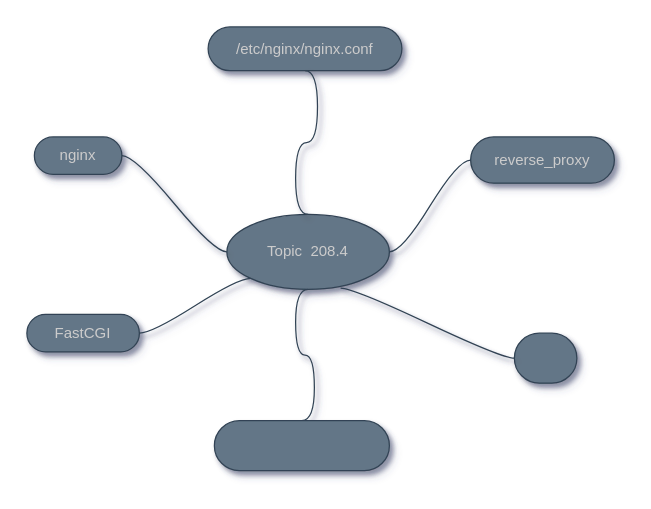
This is MindMaps/mindmap-208.4.drawio from marcossilvestrini/learning-lpic-2-202-450, a draw.io file, before an edit. Source tidied: cells renumbered, new cells numbered last; positions are measured from the earlier drawing's top-left corner, leaving out a move shared by most shapes. Both pictures are drawn from the tidied source at 125%, with x=0, y=0 at pixel (26, 26).
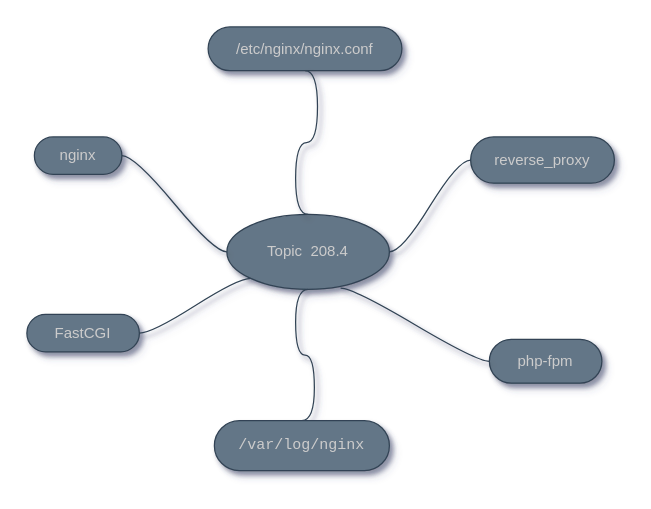
After the change.

The edit, as a diff of the source:
```diff
@@
 <mxGraphModel shadow="1">
   <root>
     <mxCell id="0" />
     <mxCell id="1" parent="0" />
     <mxCell id="2" value="Topic&amp;nbsp; 208.4" style="ellipse;whiteSpace=wrap;html=1;align=center;newEdgeStyle={&quot;edgeStyle&quot;:&quot;entityRelationEdgeStyle&quot;,&quot;startArrow&quot;:&quot;none&quot;,&quot;endArrow&quot;:&quot;none&quot;,&quot;segment&quot;:10,&quot;curved&quot;:1};fillColor=#647687;fontColor=#CCCCCC;strokeColor=#314354;shadow=1;sketch=0;" parent="1" vertex="1">
       <mxGeometry x="160" y="150" width="130" height="60" as="geometry" />
     </mxCell>
     <mxCell id="3" value="nginx" style="whiteSpace=wrap;html=1;rounded=1;arcSize=50;align=center;verticalAlign=middle;strokeWidth=1;spacing=4;newEdgeStyle={&quot;edgeStyle&quot;:&quot;entityRelationEdgeStyle&quot;,&quot;startArrow&quot;:&quot;none&quot;,&quot;endArrow&quot;:&quot;none&quot;,&quot;segment&quot;:10,&quot;curved&quot;:1};fillColor=#647687;fontColor=#CCCCCC;strokeColor=#314354;shadow=1;sketch=0;" parent="1" vertex="1">
       <mxGeometry x="6" y="88" width="70" height="30" as="geometry" />
     </mxCell>
     <mxCell id="4" style="edgeStyle=entityRelationEdgeStyle;startArrow=none;endArrow=none;segment=10;curved=1;exitX=0;exitY=0.5;exitDx=0;exitDy=0;fillColor=#647687;strokeColor=#314354;shadow=1;fontColor=#CCCCCC;sketch=0;entryX=1;entryY=0.5;entryDx=0;entryDy=0;" parent="1" edge="1" source="2" target="3">
       <mxGeometry relative="1" as="geometry" />
     </mxCell>
-    <mxCell id="5" style="whiteSpace=wrap;html=1;rounded=1;arcSize=50;align=center;verticalAlign=middle;strokeWidth=1;spacing=4;newEdgeStyle={&quot;edgeStyle&quot;:&quot;entityRelationEdgeStyle&quot;,&quot;startArrow&quot;:&quot;none&quot;,&quot;endArrow&quot;:&quot;none&quot;,&quot;segment&quot;:10,&quot;curved&quot;:1};fillColor=#647687;fontColor=#CCCCCC;strokeColor=#314354;shadow=1;sketch=0;" parent="1" vertex="1">
-      <mxGeometry x="390" y="245" width="50" height="40" as="geometry" />
+    <mxCell id="5" value="php-fpm" style="whiteSpace=wrap;html=1;rounded=1;arcSize=50;align=center;verticalAlign=middle;strokeWidth=1;spacing=4;newEdgeStyle={&quot;edgeStyle&quot;:&quot;entityRelationEdgeStyle&quot;,&quot;startArrow&quot;:&quot;none&quot;,&quot;endArrow&quot;:&quot;none&quot;,&quot;segment&quot;:10,&quot;curved&quot;:1};fillColor=#647687;fontColor=#CCCCCC;strokeColor=#314354;shadow=1;sketch=0;" parent="1" vertex="1">
+      <mxGeometry x="370" y="250" width="90" height="35" as="geometry" />
     </mxCell>
     <mxCell id="6" style="edgeStyle=entityRelationEdgeStyle;startArrow=none;endArrow=none;segment=10;curved=1;fillColor=#647687;strokeColor=#314354;shadow=1;fontColor=#CCCCCC;sketch=0;entryX=0;entryY=0.5;entryDx=0;entryDy=0;exitX=0.7;exitY=0.983;exitDx=0;exitDy=0;exitPerimeter=0;" parent="1" edge="1" source="2" target="5">
       <mxGeometry relative="1" as="geometry" />
     </mxCell>
     <mxCell id="7" style="edgeStyle=entityRelationEdgeStyle;startArrow=none;endArrow=none;segment=10;curved=1;fillColor=#647687;strokeColor=#314354;shadow=1;fontColor=#CCCCCC;sketch=0;entryX=0.5;entryY=0;entryDx=0;entryDy=0;exitX=0.5;exitY=1;exitDx=0;exitDy=0;" parent="1" edge="1" source="2" target="10">
       <mxGeometry relative="1" as="geometry" />
     </mxCell>
     <mxCell id="8" value="FastCGI" style="whiteSpace=wrap;html=1;rounded=1;arcSize=50;align=center;verticalAlign=middle;strokeWidth=1;spacing=4;newEdgeStyle={&quot;edgeStyle&quot;:&quot;entityRelationEdgeStyle&quot;,&quot;startArrow&quot;:&quot;none&quot;,&quot;endArrow&quot;:&quot;none&quot;,&quot;segment&quot;:10,&quot;curved&quot;:1};fillColor=#647687;fontColor=#CCCCCC;strokeColor=#314354;shadow=1;sketch=0;" parent="1" vertex="1">
       <mxGeometry y="230" width="90" height="30" as="geometry" />
     </mxCell>
     <mxCell id="9" style="edgeStyle=entityRelationEdgeStyle;startArrow=none;endArrow=none;segment=10;curved=1;exitX=0;exitY=1;exitDx=0;exitDy=0;fillColor=#647687;strokeColor=#314354;shadow=1;fontColor=#CCCCCC;sketch=0;entryX=1;entryY=0.5;entryDx=0;entryDy=0;" parent="1" edge="1" source="2" target="8">
       <mxGeometry relative="1" as="geometry" />
     </mxCell>
-    <mxCell id="10" value="&lt;pre style=&quot;box-sizing: border-box; margin-top: 0px; margin-bottom: 0px; overflow-wrap: normal; padding: 16px; overflow: auto; line-height: 1.45; border-radius: 6px; word-break: normal;&quot;&gt;&lt;br&gt;&lt;/pre&gt;" style="whiteSpace=wrap;html=1;fillColor=#647687;strokeColor=#314354;fontColor=#CCCCCC;rounded=1;arcSize=50;strokeWidth=1;spacing=4;shadow=1;sketch=0;" parent="1" vertex="1">
+    <mxCell id="10" value="&lt;pre style=&quot;box-sizing: border-box; margin-top: 0px; margin-bottom: 0px; overflow-wrap: normal; padding: 16px; overflow: auto; line-height: 1.45; border-radius: 6px; word-break: normal;&quot;&gt;/var/log/nginx&lt;/pre&gt;" style="whiteSpace=wrap;html=1;fillColor=#647687;strokeColor=#314354;fontColor=#CCCCCC;rounded=1;arcSize=50;strokeWidth=1;spacing=4;shadow=1;sketch=0;" parent="1" vertex="1">
       <mxGeometry x="150" y="315" width="140" height="40" as="geometry" />
     </mxCell>
     <mxCell id="11" value="/etc/nginx/nginx.conf" style="whiteSpace=wrap;html=1;rounded=1;arcSize=50;align=center;verticalAlign=middle;strokeWidth=1;spacing=4;newEdgeStyle={&quot;edgeStyle&quot;:&quot;entityRelationEdgeStyle&quot;,&quot;startArrow&quot;:&quot;none&quot;,&quot;endArrow&quot;:&quot;none&quot;,&quot;segment&quot;:10,&quot;curved&quot;:1};fillColor=#647687;fontColor=#CCCCCC;strokeColor=#314354;shadow=1;sketch=0;" parent="1" vertex="1">
       <mxGeometry x="145" width="155" height="35" as="geometry" />
     </mxCell>
     <mxCell id="12" style="edgeStyle=entityRelationEdgeStyle;startArrow=none;endArrow=none;segment=10;curved=1;fillColor=#647687;strokeColor=#314354;shadow=1;fontColor=#CCCCCC;sketch=0;entryX=0.5;entryY=1;entryDx=0;entryDy=0;exitX=0.5;exitY=0;exitDx=0;exitDy=0;" parent="1" edge="1" source="2" target="11">
       <mxGeometry relative="1" as="geometry" />
     </mxCell>
     <mxCell id="13" value="reverse_proxy" style="whiteSpace=wrap;html=1;rounded=1;arcSize=50;align=center;verticalAlign=middle;strokeWidth=1;spacing=4;newEdgeStyle={&quot;edgeStyle&quot;:&quot;entityRelationEdgeStyle&quot;,&quot;startArrow&quot;:&quot;none&quot;,&quot;endArrow&quot;:&quot;none&quot;,&quot;segment&quot;:10,&quot;curved&quot;:1};fillColor=#647687;fontColor=#CCCCCC;strokeColor=#314354;shadow=1;sketch=0;" parent="1" vertex="1">
       <mxGeometry x="355" y="88" width="115" height="37" as="geometry" />
     </mxCell>
     <mxCell id="14" style="edgeStyle=entityRelationEdgeStyle;startArrow=none;endArrow=none;segment=10;curved=1;fillColor=#647687;strokeColor=#314354;shadow=1;fontColor=#CCCCCC;sketch=0;exitX=1;exitY=0.5;exitDx=0;exitDy=0;" parent="1" edge="1" source="2" target="13">
       <mxGeometry relative="1" as="geometry" />
     </mxCell>
   </root>
 </mxGraphModel>
```
